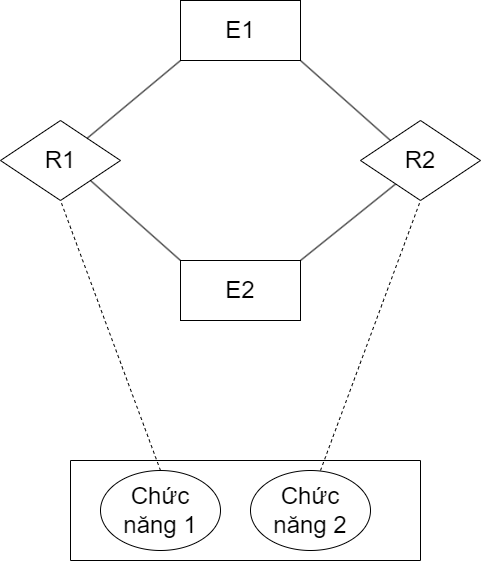
datnham0212/learning keeps this draw.io diagram as VD2b (Chương 2).png. Above is the earlier version. Source tidied: cells renumbered, new cells last; positions are measured from the earlier drawing's top-left corner, leaving out a move shared by most shapes.
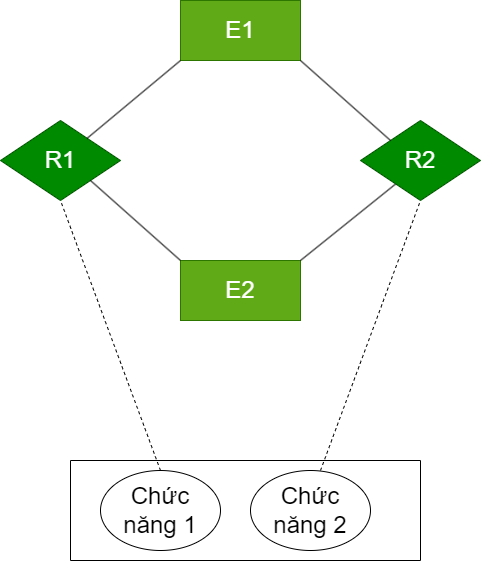
After the change.

Change to the diagram source:
```diff
@@ -2,13 +2,13 @@
   <root>
     <mxCell id="0" />
     <mxCell id="1" parent="0" />
-    <mxCell id="2" value="E1" style="rounded=0;whiteSpace=wrap;html=1;fontSize=24;" parent="1" vertex="1">
+    <mxCell id="2" value="E1" style="rounded=0;whiteSpace=wrap;html=1;fontSize=24;fillColor=#60a917;fontColor=#ffffff;strokeColor=#2D7600;" parent="1" vertex="1">
       <mxGeometry x="180" width="120" height="60" as="geometry" />
     </mxCell>
-    <mxCell id="3" value="E2" style="rounded=0;whiteSpace=wrap;html=1;fontSize=24;" parent="1" vertex="1">
+    <mxCell id="3" value="E2" style="rounded=0;whiteSpace=wrap;html=1;fontSize=24;fillColor=#60a917;fontColor=#ffffff;strokeColor=#2D7600;" parent="1" vertex="1">
       <mxGeometry x="180" y="260" width="120" height="60" as="geometry" />
     </mxCell>
-    <mxCell id="4" value="R1" style="rhombus;whiteSpace=wrap;html=1;fontSize=24;" parent="1" vertex="1">
+    <mxCell id="4" value="R1" style="rhombus;whiteSpace=wrap;html=1;fontSize=24;fillColor=#008a00;fontColor=#ffffff;strokeColor=#005700;" parent="1" vertex="1">
       <mxGeometry y="120" width="120" height="80" as="geometry" />
     </mxCell>
     <mxCell id="5" style="endArrow=none;html=1;rounded=0;entryX=0;entryY=0.5;entryDx=0;entryDy=0;fontSize=24;" parent="1" edge="1" source="4">
@@ -22,7 +22,7 @@
         <mxPoint x="397" y="182" as="targetPoint" />
       </mxGeometry>
     </mxCell>
-    <mxCell id="7" value="R2" style="rhombus;whiteSpace=wrap;html=1;fontSize=24;" parent="1" vertex="1">
+    <mxCell id="7" value="R2" style="rhombus;whiteSpace=wrap;html=1;fontSize=24;fillColor=#008a00;fontColor=#ffffff;strokeColor=#005700;" parent="1" vertex="1">
       <mxGeometry x="360" y="120" width="120" height="80" as="geometry" />
     </mxCell>
     <mxCell id="8" style="endArrow=none;html=1;rounded=0;entryX=0;entryY=0.5;entryDx=0;entryDy=0;fontSize=24;exitX=0;exitY=0;exitDx=0;exitDy=0;" parent="1" edge="1" source="7">
```
